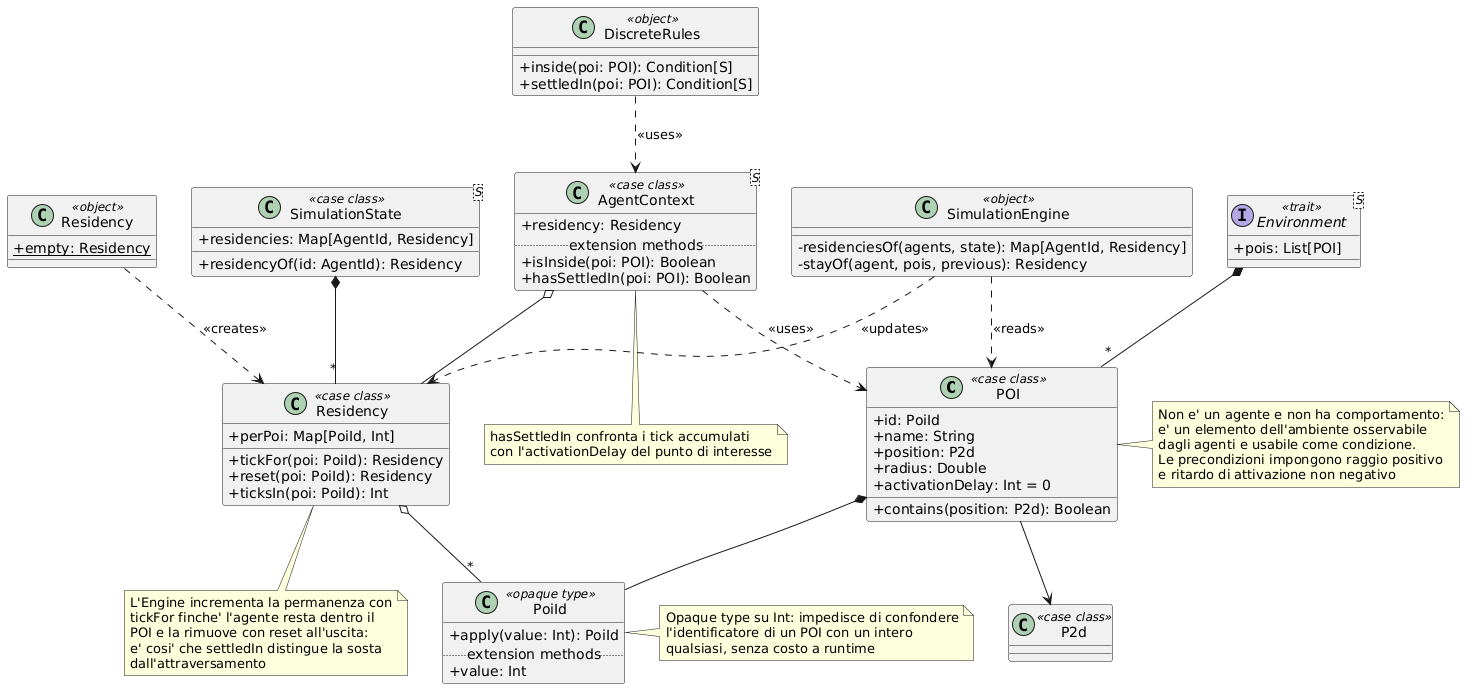
alessiobifulco/PPS-25-ABMScala keeps this PlantUML diagram as docs/img/13-poi.png. Above is the earlier version. The source it was exported from:
```plantuml
@startuml
skinparam classAttributeIconSize 0

class POI <<case class>> {
  +id: PoiId
  +name: String
  +position: P2d
  +radius: Double
  +activationDelay: Int = 0
  +contains(position: P2d): Boolean
}

class PoiId <<opaque type>> {
  +apply(value: Int): PoiId
  .. extension methods ..
  +value: Int
}

class Residency <<case class>> {
  +perPoi: Map[PoiId, Int]
  +tickFor(poi: PoiId): Residency
  +reset(poi: PoiId): Residency
  +ticksIn(poi: PoiId): Int
}

class ResidencyObj as "Residency" <<object>> {
  {static} +empty: Residency
}

interface Environment<S> <<trait>> {
  +pois: List[POI]
}

class AgentContext<S> <<case class>> {
  +residency: Residency
  .. extension methods ..
  +isInside(poi: POI): Boolean
  +hasSettledIn(poi: POI): Boolean
}

class SimulationState<S> <<case class>> {
  +residencies: Map[AgentId, Residency]
  +residencyOf(id: AgentId): Residency
}

class SimulationEngine <<object>> {
  -residenciesOf(agents, state): Map[AgentId, Residency]
  -stayOf(agent, pois, previous): Residency
}

class DiscreteRules <<object>> {
  +inside(poi: POI): Condition[S]
  +settledIn(poi: POI): Condition[S]
}

class P2d <<case class>>

POI *-- PoiId
POI --> P2d
Environment *-- "*" POI
Residency o-- "*" PoiId
ResidencyObj ..> Residency : <<creates>>
SimulationState *-- "*" Residency
AgentContext o-- Residency
AgentContext ..> POI : <<uses>>
SimulationEngine ..> Residency : <<updates>>
SimulationEngine ..> POI : <<reads>>
DiscreteRules ..> AgentContext : <<uses>>

note right of POI
  Non e' un agente e non ha comportamento:
  e' un elemento dell'ambiente osservabile
  dagli agenti e usabile come condizione.
  Le precondizioni impongono raggio positivo
  e ritardo di attivazione non negativo
end note

note bottom of Residency
  L'Engine incrementa la permanenza con
  tickFor finche' l'agente resta dentro il
  POI e la rimuove con reset all'uscita:
  e' cosi' che settledIn distingue la sosta
  dall'attraversamento
end note

note right of PoiId
  Opaque type su Int: impedisce di confondere
  l'identificatore di un POI con un intero
  qualsiasi, senza costo a runtime
end note

note bottom of AgentContext
  hasSettledIn confronta i tick accumulati
  con l'activationDelay del punto di interesse
end note
@enduml
```
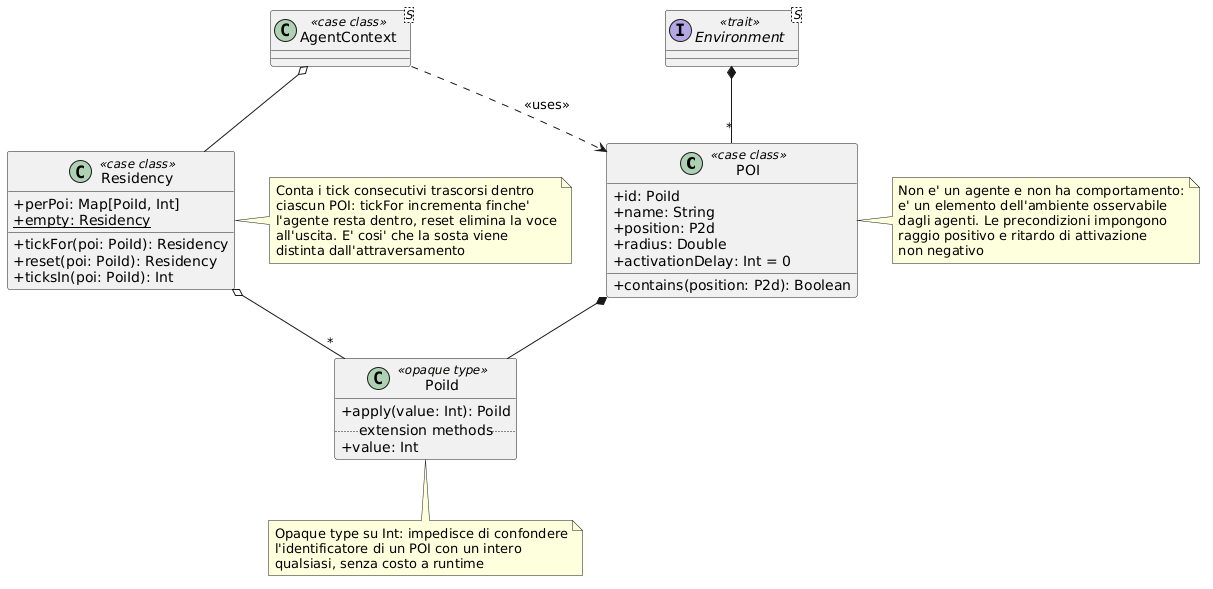
Later version of the same file.

Change to the diagram source:
```diff
@@ -18,79 +18,40 @@
 
 class Residency <<case class>> {
   +perPoi: Map[PoiId, Int]
+  {static} +empty: Residency
   +tickFor(poi: PoiId): Residency
   +reset(poi: PoiId): Residency
   +ticksIn(poi: PoiId): Int
 }
 
-class ResidencyObj as "Residency" <<object>> {
-  {static} +empty: Residency
-}
+interface Environment<S> <<trait>>
+class AgentContext<S> <<case class>>
 
-interface Environment<S> <<trait>> {
-  +pois: List[POI]
-}
-
-class AgentContext<S> <<case class>> {
-  +residency: Residency
-  .. extension methods ..
-  +isInside(poi: POI): Boolean
-  +hasSettledIn(poi: POI): Boolean
-}
-
-class SimulationState<S> <<case class>> {
-  +residencies: Map[AgentId, Residency]
-  +residencyOf(id: AgentId): Residency
-}
-
-class SimulationEngine <<object>> {
-  -residenciesOf(agents, state): Map[AgentId, Residency]
-  -stayOf(agent, pois, previous): Residency
-}
-
-class DiscreteRules <<object>> {
-  +inside(poi: POI): Condition[S]
-  +settledIn(poi: POI): Condition[S]
-}
-
-class P2d <<case class>>
-
+Environment *-- "*" POI
 POI *-- PoiId
-POI --> P2d
-Environment *-- "*" POI
 Residency o-- "*" PoiId
-ResidencyObj ..> Residency : <<creates>>
-SimulationState *-- "*" Residency
 AgentContext o-- Residency
 AgentContext ..> POI : <<uses>>
-SimulationEngine ..> Residency : <<updates>>
-SimulationEngine ..> POI : <<reads>>
-DiscreteRules ..> AgentContext : <<uses>>
 
 note right of POI
   Non e' un agente e non ha comportamento:
   e' un elemento dell'ambiente osservabile
-  dagli agenti e usabile come condizione.
-  Le precondizioni impongono raggio positivo
-  e ritardo di attivazione non negativo
+  dagli agenti. Le precondizioni impongono
+  raggio positivo e ritardo di attivazione
+  non negativo
 end note
 
-note bottom of Residency
-  L'Engine incrementa la permanenza con
-  tickFor finche' l'agente resta dentro il
-  POI e la rimuove con reset all'uscita:
-  e' cosi' che settledIn distingue la sosta
-  dall'attraversamento
-end note
-
-note right of PoiId
+note bottom of PoiId
   Opaque type su Int: impedisce di confondere
   l'identificatore di un POI con un intero
   qualsiasi, senza costo a runtime
 end note
 
-note bottom of AgentContext
-  hasSettledIn confronta i tick accumulati
-  con l'activationDelay del punto di interesse
+note right of Residency
+  Conta i tick consecutivi trascorsi dentro
+  ciascun POI: tickFor incrementa finche'
+  l'agente resta dentro, reset elimina la voce
+  all'uscita. E' cosi' che la sosta viene
+  distinta dall'attraversamento
 end note
 @enduml
```
